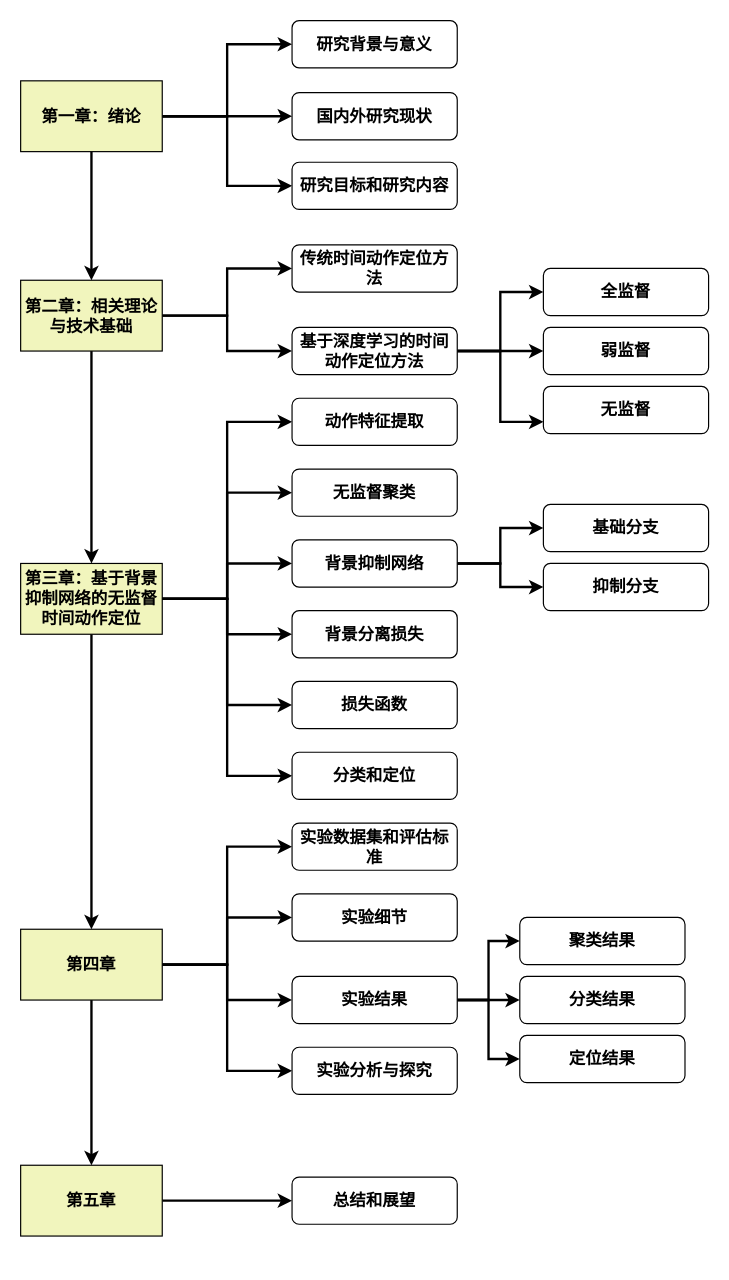
zhou-ning/Diagrams keeps this draw.io diagram as 论文/论文结构图.drawio. Above is the earlier version. Source tidied: cells renumbered, new cells numbered last; positions are measured from the earlier drawing's top-left corner, leaving out a move shared by most shapes. Both pictures are drawn from the tidied source at 118%, with x=0, y=0 at pixel (20, 20).
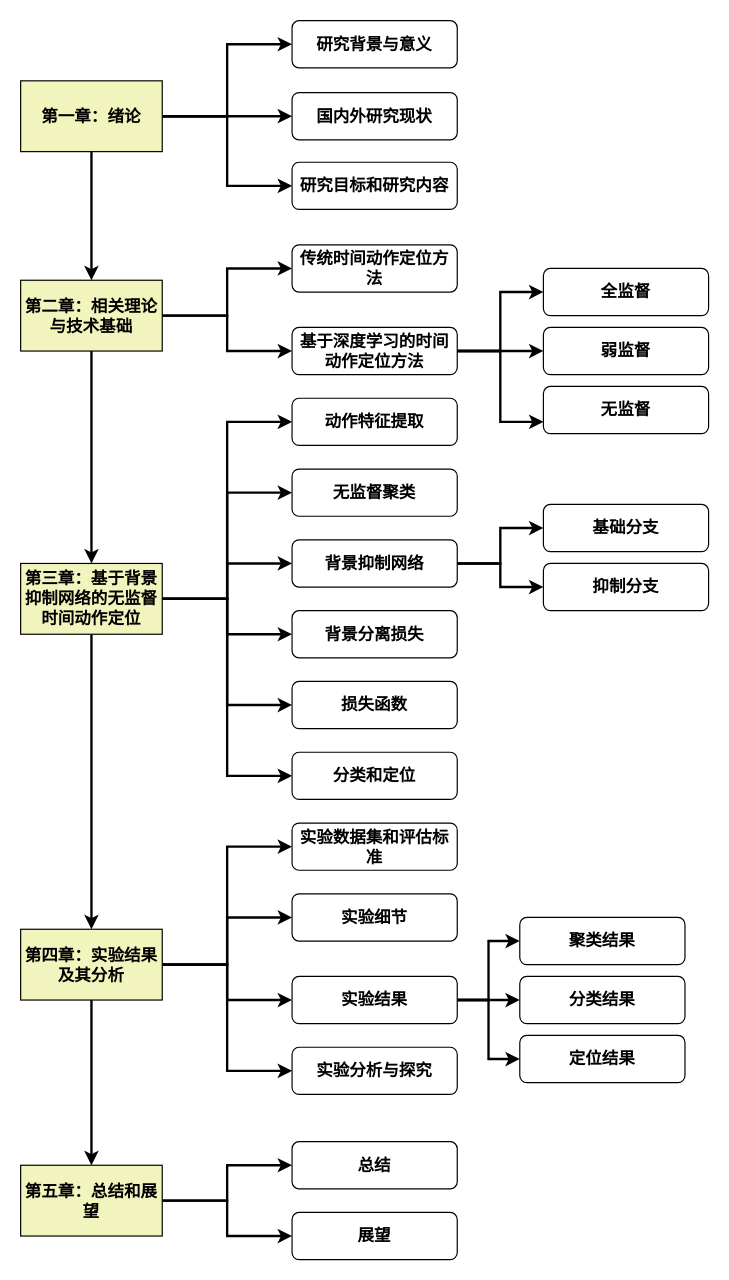
The same page after the edit.

Commit message:
Update 论文结构图.drawio

What changed in the source:
```diff
@@
-    <mxCell id="18" value="第四章" style="rounded=0;whiteSpace=wrap;html=1;fillColor=#F1F5BD;fontSize=14;fontStyle=1;" parent="1" vertex="1">
+    <mxCell id="18" value="第四章：实验结果及其分析" style="rounded=0;whiteSpace=wrap;html=1;fillColor=#F1F5BD;fontSize=14;fontStyle=1;" parent="1" vertex="1">
       <mxGeometry y="770" width="120" height="60" as="geometry" />
     </mxCell>
@@
+    <mxCell id="60" style="edgeStyle=orthogonalEdgeStyle;rounded=0;jettySize=auto;html=1;entryX=0;entryY=0.5;entryDx=0;entryDy=0;strokeWidth=2;" parent="1" edge="1" source="20" target="61">
+      <mxGeometry relative="1" as="geometry" />
+    </mxCell>
-    <mxCell id="20" value="第五章" style="rounded=0;whiteSpace=wrap;html=1;fillColor=#F1F5BD;fontSize=14;fontStyle=1;" parent="1" vertex="1">
+    <mxCell id="20" value="第五章：总结和展望" style="rounded=0;whiteSpace=wrap;html=1;fillColor=#F1F5BD;fontSize=14;fontStyle=1;" parent="1" vertex="1">
       <mxGeometry y="970" width="120" height="60" as="geometry" />
     </mxCell>
@@
-    <mxCell id="51" value="总结和展望" style="rounded=1;whiteSpace=wrap;html=1;fillColor=#FFFFFF;fontSize=14;fontStyle=1;" parent="1" vertex="1">
-      <mxGeometry x="230" y="980" width="140" height="40" as="geometry" />
+    <mxCell id="51" value="总结" style="rounded=1;whiteSpace=wrap;html=1;fillColor=#FFFFFF;fontSize=14;fontStyle=1;" parent="1" vertex="1">
+      <mxGeometry x="230" y="950" width="140" height="40" as="geometry" />
     </mxCell>
@@
+    <mxCell id="61" value="展望" style="rounded=1;whiteSpace=wrap;html=1;fillColor=#FFFFFF;fontSize=14;fontStyle=1;" parent="1" vertex="1">
+      <mxGeometry x="230" y="1010" width="140" height="40" as="geometry" />
+    </mxCell>
```
